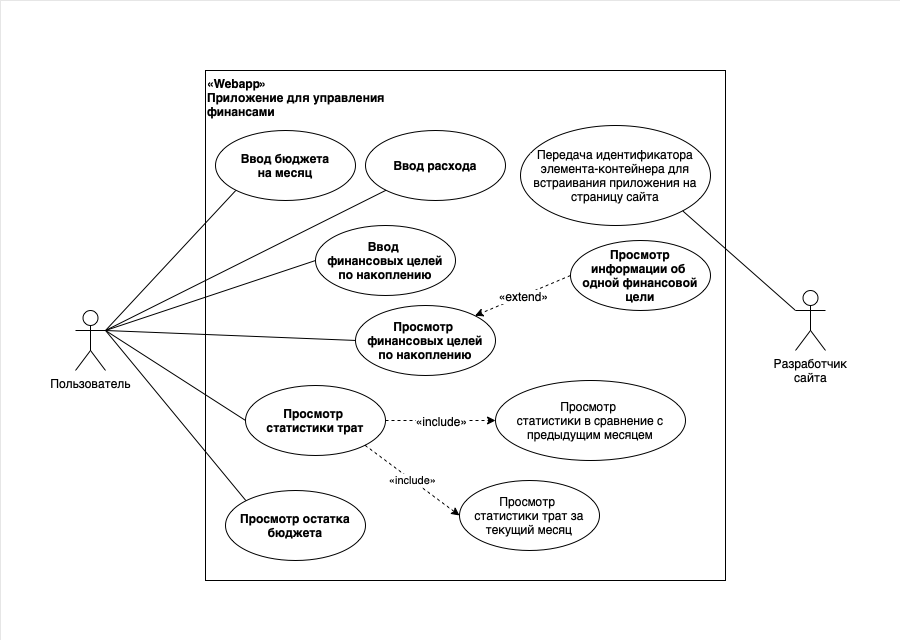
The draw.io diagram KolpakovEgor.png in kolpakovee/hse-js, before a commit. Source tidied: cells renumbered, new cells last; positions are measured from the earlier drawing's top-left corner, leaving out a move shared by most shapes.
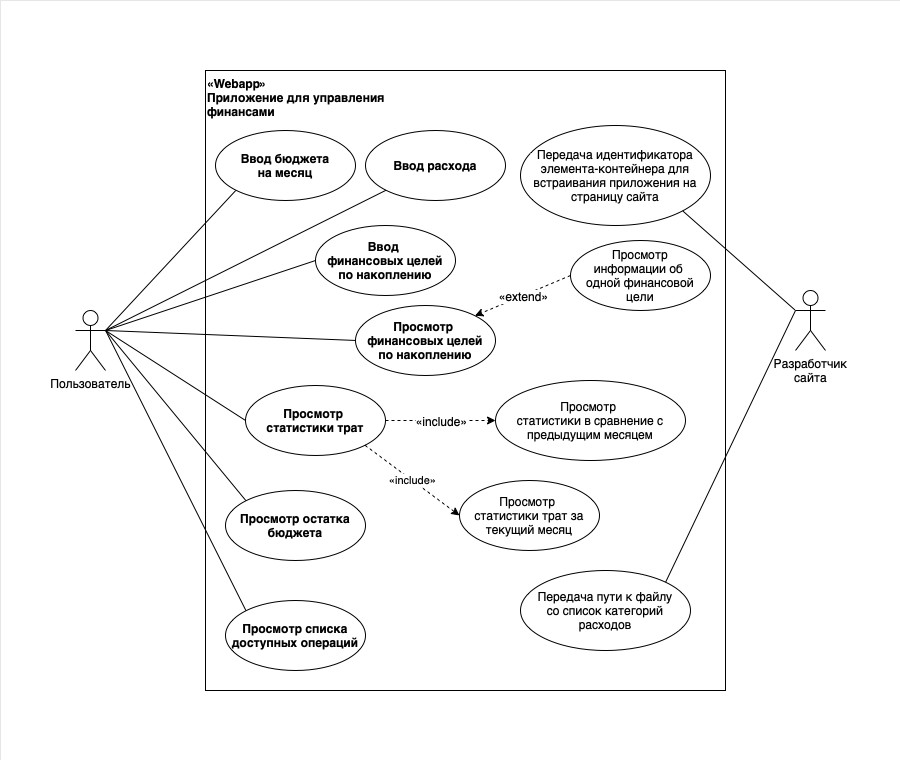
Above is the later version.

The edit, as a diff of the source:
```diff
@@ -3,10 +3,10 @@
     <mxCell id="0" />
     <mxCell id="1" parent="0" />
     <mxCell id="2" style="rounded=0;whiteSpace=wrap;html=1;strokeWidth=0;" parent="1" vertex="1">
-      <mxGeometry width="900" height="640" as="geometry" />
+      <mxGeometry width="900" height="760" as="geometry" />
     </mxCell>
     <mxCell id="3" value="&lt;b&gt;«Webapp»&amp;nbsp;&lt;br&gt;Приложение для управления &lt;br&gt;финансами&lt;/b&gt;" style="html=1;whiteSpace=wrap;align=left;verticalAlign=top;" parent="1" vertex="1">
-      <mxGeometry x="205" y="70" width="520" height="510" as="geometry" />
+      <mxGeometry x="205" y="70" width="520" height="620" as="geometry" />
     </mxCell>
     <mxCell id="4" value="Пользователь" style="shape=umlActor;verticalLabelPosition=bottom;verticalAlign=top;html=1;" parent="1" vertex="1">
       <mxGeometry x="75" y="310" width="30" height="60" as="geometry" />
@@ -74,7 +74,7 @@
     <mxCell id="25" style="endArrow=none;html=1;rounded=0;entryX=0;entryY=0.5;entryDx=0;entryDy=0;exitX=1;exitY=0.3333333333333333;exitDx=0;exitDy=0;exitPerimeter=0;" parent="1" edge="1" source="4" target="24">
       <mxGeometry relative="1" as="geometry" />
     </mxCell>
-    <mxCell id="26" value="&lt;b&gt;Просмотр&lt;br&gt;информации об &lt;br&gt;одной финансовой цели&lt;br&gt;&lt;/b&gt;" style="ellipse;whiteSpace=wrap;html=1;" parent="1" vertex="1">
+    <mxCell id="26" value="&lt;span&gt;Просмотр&lt;br&gt;информации об &lt;br&gt;одной финансовой цели&lt;br&gt;&lt;/span&gt;" style="ellipse;whiteSpace=wrap;html=1;fontStyle=0;" parent="1" vertex="1">
       <mxGeometry x="570" y="240" width="140" height="70" as="geometry" />
     </mxCell>
     <mxCell id="27" style="endArrow=classic;html=1;rounded=0;exitX=0;exitY=0.5;exitDx=0;exitDy=0;entryX=1;entryY=0;entryDx=0;entryDy=0;dashed=1;" parent="1" edge="1" source="26" target="24">
@@ -83,5 +83,17 @@
     <mxCell id="28" value="&lt;span style=&quot;border-color: var(--border-color); font-size: 12px; text-align: left;&quot;&gt;«extend»&lt;/span&gt;" style="edgeLabel;html=1;align=center;verticalAlign=middle;" parent="27" vertex="1">
       <mxGeometry relative="1" as="geometry" />
     </mxCell>
+    <mxCell id="29" value="Просмотр списка доступных операций" style="ellipse;whiteSpace=wrap;html=1;fontStyle=1;" parent="1" vertex="1">
+      <mxGeometry x="225" y="600" width="140" height="70" as="geometry" />
+    </mxCell>
+    <mxCell id="30" style="endArrow=none;html=1;rounded=0;entryX=0;entryY=0;entryDx=0;entryDy=0;exitX=1;exitY=0.3333333333333333;exitDx=0;exitDy=0;exitPerimeter=0;" parent="1" edge="1" source="4" target="29">
+      <mxGeometry relative="1" as="geometry" />
+    </mxCell>
+    <mxCell id="31" value="Передача пути к файлу со&amp;nbsp;список категорий расходов" style="ellipse;whiteSpace=wrap;html=1;" parent="1" vertex="1">
+      <mxGeometry x="520" y="570" width="170" height="80" as="geometry" />
+    </mxCell>
+    <mxCell id="32" style="endArrow=none;html=1;rounded=0;exitX=1;exitY=0;exitDx=0;exitDy=0;entryX=0;entryY=0.3333333333333333;entryDx=0;entryDy=0;entryPerimeter=0;" parent="1" edge="1" source="31" target="5">
+      <mxGeometry relative="1" as="geometry" />
+    </mxCell>
   </root>
 </mxGraphModel>
```
